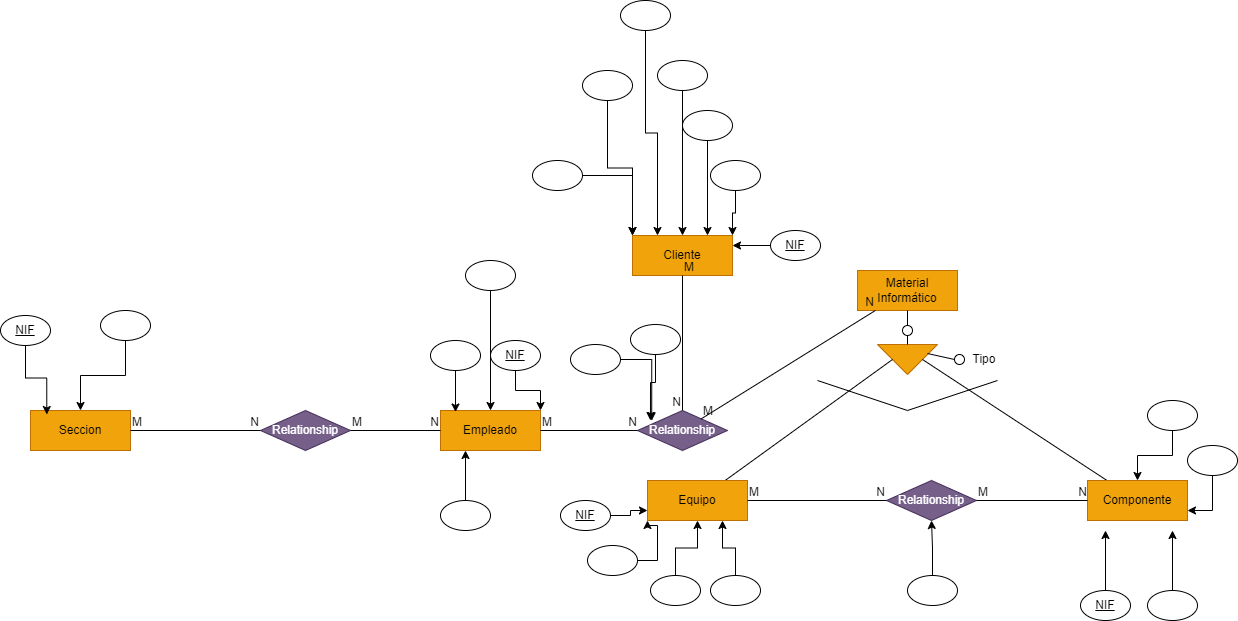
Before: Ejercicios ER/Diagrama sin título.drawio.png, a diagram exported from draw.io (dghugo05/Base-de-datos). Source tidied: cells renumbered, new cells last; positions are measured from the earlier drawing's top-left corner, leaving out a move shared by most shapes.
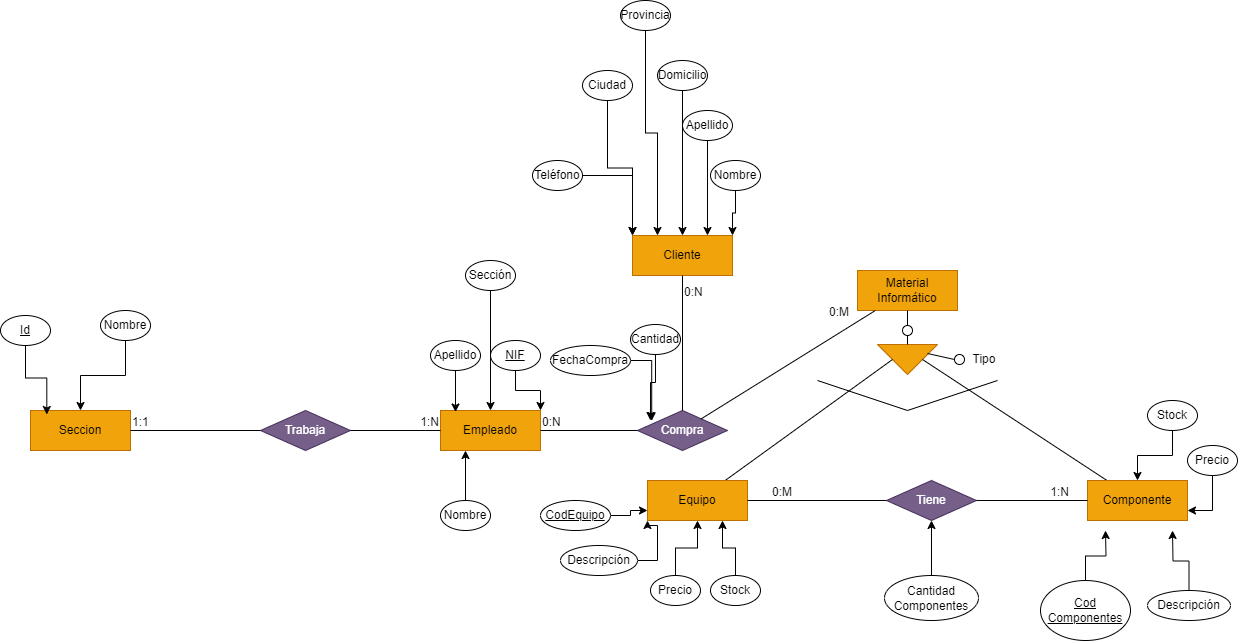
After the commit.

Change to the diagram source:
```diff
@@ -56,126 +56,121 @@
     <mxCell id="17" value="Equipo" style="whiteSpace=wrap;html=1;align=center;fillColor=#f0a30a;strokeColor=#BD7000;fontColor=#000000;" parent="1" vertex="1">
       <mxGeometry x="647" y="480" width="100" height="40" as="geometry" />
     </mxCell>
-    <mxCell id="18" value="Relationship" style="shape=rhombus;perimeter=rhombusPerimeter;whiteSpace=wrap;html=1;align=center;fillColor=#76608a;fontColor=#ffffff;strokeColor=#432D57;" parent="1" vertex="1">
+    <mxCell id="18" value="Tiene" style="shape=rhombus;perimeter=rhombusPerimeter;whiteSpace=wrap;html=1;align=center;fillColor=#76608a;fontColor=#ffffff;strokeColor=#432D57;" parent="1" vertex="1">
       <mxGeometry x="886" y="480" width="90" height="40" as="geometry" />
     </mxCell>
     <mxCell id="19" style="endArrow=none;html=1;rounded=0;" parent="1" edge="1" source="17" target="18">
       <mxGeometry relative="1" as="geometry" />
     </mxCell>
-    <mxCell id="20" value="M" style="html=1;whiteSpace=wrap;align=left;verticalAlign=bottom;" parent="19" vertex="1">
-      <mxGeometry x="-1" relative="1" as="geometry" />
+    <mxCell id="20" value="0:M" style="html=1;whiteSpace=wrap;align=left;verticalAlign=bottom;" parent="19" vertex="1">
+      <mxGeometry x="-1" relative="1" as="geometry">
+        <mxPoint x="23" as="offset" />
+      </mxGeometry>
     </mxCell>
-    <mxCell id="21" value="N" style="html=1;whiteSpace=wrap;align=right;verticalAlign=bottom;" parent="19" vertex="1">
+    <mxCell id="21" style="html=1;whiteSpace=wrap;align=right;verticalAlign=bottom;" parent="19" vertex="1">
       <mxGeometry x="1" relative="1" as="geometry" />
     </mxCell>
     <mxCell id="22" style="endArrow=none;html=1;rounded=0;" parent="1" edge="1" source="18" target="14">
       <mxGeometry relative="1" as="geometry" />
     </mxCell>
-    <mxCell id="23" value="M" style="html=1;whiteSpace=wrap;align=left;verticalAlign=bottom;" parent="22" vertex="1">
-      <mxGeometry x="-1" relative="1" as="geometry" />
-    </mxCell>
-    <mxCell id="24" value="N" style="html=1;whiteSpace=wrap;align=right;verticalAlign=bottom;" parent="22" vertex="1">
-      <mxGeometry x="1" relative="1" as="geometry" />
+    <mxCell id="24" value="1:N" style="html=1;whiteSpace=wrap;align=right;verticalAlign=bottom;" parent="22" vertex="1">
+      <mxGeometry x="1" relative="1" as="geometry">
+        <mxPoint x="-17" as="offset" />
+      </mxGeometry>
     </mxCell>
-    <mxCell id="25" value="Relationship" style="shape=rhombus;perimeter=rhombusPerimeter;whiteSpace=wrap;html=1;align=center;fillColor=#76608a;fontColor=#ffffff;strokeColor=#432D57;" parent="1" vertex="1">
+    <mxCell id="25" value="Compra" style="shape=rhombus;perimeter=rhombusPerimeter;whiteSpace=wrap;html=1;align=center;fillColor=#76608a;fontColor=#ffffff;strokeColor=#432D57;" parent="1" vertex="1">
       <mxGeometry x="637" y="410" width="90" height="40" as="geometry" />
     </mxCell>
     <mxCell id="26" style="endArrow=none;html=1;rounded=0;" parent="1" edge="1" source="25" target="3">
       <mxGeometry relative="1" as="geometry" />
     </mxCell>
-    <mxCell id="27" value="M" style="html=1;whiteSpace=wrap;align=left;verticalAlign=bottom;" parent="26" vertex="1">
-      <mxGeometry x="-1" relative="1" as="geometry" />
+    <mxCell id="27" style="html=1;whiteSpace=wrap;align=left;verticalAlign=bottom;" parent="26" vertex="1">
+      <mxGeometry x="-1" relative="1" as="geometry">
+        <mxPoint x="19" y="2" as="offset" />
+      </mxGeometry>
     </mxCell>
-    <mxCell id="28" value="N" style="html=1;whiteSpace=wrap;align=right;verticalAlign=bottom;" parent="26" vertex="1">
-      <mxGeometry x="1" relative="1" as="geometry" />
+    <mxCell id="28" value="0:M" style="html=1;whiteSpace=wrap;align=right;verticalAlign=bottom;" parent="26" vertex="1">
+      <mxGeometry x="1" relative="1" as="geometry">
+        <mxPoint x="-25" y="10" as="offset" />
+      </mxGeometry>
     </mxCell>
     <mxCell id="29" style="endArrow=none;html=1;rounded=0;" parent="1" edge="1" source="15" target="25">
       <mxGeometry relative="1" as="geometry" />
     </mxCell>
-    <mxCell id="30" value="M" style="html=1;whiteSpace=wrap;align=left;verticalAlign=bottom;" parent="29" vertex="1">
-      <mxGeometry x="-1" relative="1" as="geometry" />
+    <mxCell id="30" value="0:N" style="html=1;whiteSpace=wrap;align=left;verticalAlign=bottom;" parent="29" vertex="1">
+      <mxGeometry x="-1" relative="1" as="geometry">
+        <mxPoint y="25" as="offset" />
+      </mxGeometry>
     </mxCell>
-    <mxCell id="31" value="N" style="html=1;whiteSpace=wrap;align=right;verticalAlign=bottom;" parent="29" vertex="1">
-      <mxGeometry x="1" relative="1" as="geometry" />
-    </mxCell>
     <mxCell id="32" style="endArrow=none;html=1;rounded=0;" parent="1" edge="1" source="2" target="25">
       <mxGeometry relative="1" as="geometry" />
     </mxCell>
-    <mxCell id="33" value="M" style="html=1;whiteSpace=wrap;align=left;verticalAlign=bottom;" parent="32" vertex="1">
+    <mxCell id="33" value="0:N" style="html=1;whiteSpace=wrap;align=left;verticalAlign=bottom;" parent="32" vertex="1">
       <mxGeometry x="-1" relative="1" as="geometry" />
     </mxCell>
-    <mxCell id="34" value="N" style="html=1;whiteSpace=wrap;align=right;verticalAlign=bottom;" parent="32" vertex="1">
-      <mxGeometry x="1" relative="1" as="geometry" />
-    </mxCell>
-    <mxCell id="35" value="Relationship" style="shape=rhombus;perimeter=rhombusPerimeter;whiteSpace=wrap;html=1;align=center;fillColor=#76608a;fontColor=#ffffff;strokeColor=#432D57;" parent="1" vertex="1">
+    <mxCell id="35" value="Trabaja" style="shape=rhombus;perimeter=rhombusPerimeter;whiteSpace=wrap;html=1;align=center;fillColor=#76608a;fontColor=#ffffff;strokeColor=#432D57;" parent="1" vertex="1">
       <mxGeometry x="260" y="410" width="90" height="40" as="geometry" />
     </mxCell>
     <mxCell id="36" style="endArrow=none;html=1;rounded=0;" parent="1" edge="1" source="16" target="35">
       <mxGeometry relative="1" as="geometry" />
     </mxCell>
-    <mxCell id="37" value="M" style="html=1;whiteSpace=wrap;align=left;verticalAlign=bottom;" parent="36" vertex="1">
+    <mxCell id="37" value="1:1" style="html=1;whiteSpace=wrap;align=left;verticalAlign=bottom;" parent="36" vertex="1">
       <mxGeometry x="-1" relative="1" as="geometry" />
     </mxCell>
-    <mxCell id="38" value="N" style="html=1;whiteSpace=wrap;align=right;verticalAlign=bottom;" parent="36" vertex="1">
-      <mxGeometry x="1" relative="1" as="geometry" />
-    </mxCell>
     <mxCell id="39" style="endArrow=none;html=1;rounded=0;" parent="1" edge="1" source="35" target="2">
       <mxGeometry relative="1" as="geometry" />
     </mxCell>
-    <mxCell id="40" value="M" style="html=1;whiteSpace=wrap;align=left;verticalAlign=bottom;" parent="39" vertex="1">
-      <mxGeometry x="-1" relative="1" as="geometry" />
-    </mxCell>
-    <mxCell id="41" value="N" style="html=1;whiteSpace=wrap;align=right;verticalAlign=bottom;" parent="39" vertex="1">
+    <mxCell id="41" value="1:N" style="html=1;whiteSpace=wrap;align=right;verticalAlign=bottom;" parent="39" vertex="1">
       <mxGeometry x="1" relative="1" as="geometry" />
     </mxCell>
     <mxCell id="42" style="edgeStyle=orthogonalEdgeStyle;rounded=0;jettySize=auto;html=1;entryX=0.5;entryY=1;entryDx=0;entryDy=0;" parent="1" edge="1" source="43" target="18">
       <mxGeometry relative="1" as="geometry" />
     </mxCell>
-    <mxCell id="43" style="ellipse;whiteSpace=wrap;html=1;align=center;" parent="1" vertex="1">
-      <mxGeometry x="907" y="575" width="50" height="30" as="geometry" />
+    <mxCell id="43" value="Cantidad Componentes" style="ellipse;whiteSpace=wrap;html=1;align=center;" parent="1" vertex="1">
+      <mxGeometry x="884" y="575" width="94" height="45" as="geometry" />
     </mxCell>
     <mxCell id="44" style="edgeStyle=orthogonalEdgeStyle;rounded=0;jettySize=auto;html=1;entryX=0;entryY=0.75;entryDx=0;entryDy=0;" parent="1" edge="1" source="45" target="17">
       <mxGeometry relative="1" as="geometry" />
     </mxCell>
-    <mxCell id="45" value="&lt;u&gt;NIF&lt;/u&gt;" style="ellipse;whiteSpace=wrap;html=1;align=center;" parent="1" vertex="1">
-      <mxGeometry x="560" y="500" width="50" height="30" as="geometry" />
+    <mxCell id="45" value="&lt;u&gt;CodEquipo&lt;/u&gt;" style="ellipse;whiteSpace=wrap;html=1;align=center;" parent="1" vertex="1">
+      <mxGeometry x="540" y="500" width="70" height="30" as="geometry" />
     </mxCell>
     <mxCell id="46" style="edgeStyle=orthogonalEdgeStyle;rounded=0;jettySize=auto;html=1;entryX=0.75;entryY=1;entryDx=0;entryDy=0;" parent="1" edge="1" source="47" target="17">
       <mxGeometry relative="1" as="geometry" />
     </mxCell>
-    <mxCell id="47" style="ellipse;whiteSpace=wrap;html=1;align=center;" parent="1" vertex="1">
+    <mxCell id="47" value="Stock" style="ellipse;whiteSpace=wrap;html=1;align=center;" parent="1" vertex="1">
       <mxGeometry x="710" y="575" width="50" height="30" as="geometry" />
     </mxCell>
     <mxCell id="48" style="edgeStyle=orthogonalEdgeStyle;rounded=0;jettySize=auto;html=1;" parent="1" edge="1" source="49" target="17">
       <mxGeometry relative="1" as="geometry" />
     </mxCell>
-    <mxCell id="49" style="ellipse;whiteSpace=wrap;html=1;align=center;" parent="1" vertex="1">
+    <mxCell id="49" value="Precio" style="ellipse;whiteSpace=wrap;html=1;align=center;" parent="1" vertex="1">
       <mxGeometry x="650" y="575" width="50" height="30" as="geometry" />
     </mxCell>
     <mxCell id="50" style="edgeStyle=orthogonalEdgeStyle;rounded=0;jettySize=auto;html=1;entryX=0;entryY=1;entryDx=0;entryDy=0;" parent="1" edge="1" source="51" target="17">
       <mxGeometry relative="1" as="geometry" />
     </mxCell>
-    <mxCell id="51" style="ellipse;whiteSpace=wrap;html=1;align=center;" parent="1" vertex="1">
-      <mxGeometry x="587" y="545" width="50" height="30" as="geometry" />
+    <mxCell id="51" value="Descripción" style="ellipse;whiteSpace=wrap;html=1;align=center;" parent="1" vertex="1">
+      <mxGeometry x="560" y="545" width="77" height="30" as="geometry" />
     </mxCell>
-    <mxCell id="52" style="ellipse;whiteSpace=wrap;html=1;align=center;" parent="1" vertex="1">
+    <mxCell id="52" value="Cantidad" style="ellipse;whiteSpace=wrap;html=1;align=center;" parent="1" vertex="1">
       <mxGeometry x="630" y="324" width="50" height="30" as="geometry" />
     </mxCell>
-    <mxCell id="53" style="ellipse;whiteSpace=wrap;html=1;align=center;" parent="1" vertex="1">
-      <mxGeometry x="570" y="344" width="50" height="30" as="geometry" />
+    <mxCell id="53" value="FechaCompra" style="ellipse;whiteSpace=wrap;html=1;align=center;" parent="1" vertex="1">
+      <mxGeometry x="550" y="345" width="80" height="30" as="geometry" />
     </mxCell>
     <mxCell id="54" style="edgeStyle=orthogonalEdgeStyle;rounded=0;jettySize=auto;html=1;" parent="1" edge="1" source="55">
       <mxGeometry relative="1" as="geometry">
         <mxPoint x="1105" y="530" as="targetPoint" />
       </mxGeometry>
     </mxCell>
-    <mxCell id="55" value="&lt;u&gt;NIF&lt;/u&gt;" style="ellipse;whiteSpace=wrap;html=1;align=center;" parent="1" vertex="1">
-      <mxGeometry x="1080" y="590" width="50" height="30" as="geometry" />
+    <mxCell id="55" value="&lt;u&gt;Cod Componentes&lt;/u&gt;" style="ellipse;whiteSpace=wrap;html=1;align=center;" parent="1" vertex="1">
+      <mxGeometry x="1040" y="580" width="90" height="60" as="geometry" />
     </mxCell>
     <mxCell id="56" style="edgeStyle=orthogonalEdgeStyle;rounded=0;jettySize=auto;html=1;entryX=1;entryY=0.75;entryDx=0;entryDy=0;" parent="1" edge="1" source="57" target="14">
       <mxGeometry relative="1" as="geometry" />
     </mxCell>
-    <mxCell id="57" style="ellipse;whiteSpace=wrap;html=1;align=center;" parent="1" vertex="1">
+    <mxCell id="57" value="Precio" style="ellipse;whiteSpace=wrap;html=1;align=center;" parent="1" vertex="1">
       <mxGeometry x="1187" y="445" width="50" height="30" as="geometry" />
     </mxCell>
     <mxCell id="58" style="edgeStyle=orthogonalEdgeStyle;rounded=0;jettySize=auto;html=1;" parent="1" edge="1" source="59">
@@ -183,55 +178,49 @@
         <mxPoint x="1172" y="530" as="targetPoint" />
       </mxGeometry>
     </mxCell>
-    <mxCell id="59" style="ellipse;whiteSpace=wrap;html=1;align=center;" parent="1" vertex="1">
-      <mxGeometry x="1147" y="590" width="50" height="30" as="geometry" />
+    <mxCell id="59" value="Descripción" style="ellipse;whiteSpace=wrap;html=1;align=center;" parent="1" vertex="1">
+      <mxGeometry x="1147" y="590" width="83" height="30" as="geometry" />
     </mxCell>
     <mxCell id="60" style="edgeStyle=orthogonalEdgeStyle;rounded=0;jettySize=auto;html=1;entryX=0.5;entryY=0;entryDx=0;entryDy=0;" parent="1" edge="1" source="61" target="14">
       <mxGeometry relative="1" as="geometry" />
     </mxCell>
-    <mxCell id="61" style="ellipse;whiteSpace=wrap;html=1;align=center;" parent="1" vertex="1">
+    <mxCell id="61" value="Stock" style="ellipse;whiteSpace=wrap;html=1;align=center;" parent="1" vertex="1">
       <mxGeometry x="1147" y="400" width="50" height="30" as="geometry" />
     </mxCell>
-    <mxCell id="62" style="edgeStyle=orthogonalEdgeStyle;rounded=0;jettySize=auto;html=1;entryX=1;entryY=0.25;entryDx=0;entryDy=0;" parent="1" edge="1" source="63" target="15">
-      <mxGeometry relative="1" as="geometry" />
-    </mxCell>
-    <mxCell id="63" value="&lt;u&gt;NIF&lt;/u&gt;" style="ellipse;whiteSpace=wrap;html=1;align=center;" parent="1" vertex="1">
-      <mxGeometry x="770" y="230" width="50" height="30" as="geometry" />
-    </mxCell>
     <mxCell id="64" style="edgeStyle=orthogonalEdgeStyle;rounded=0;jettySize=auto;html=1;entryX=0.75;entryY=0;entryDx=0;entryDy=0;" parent="1" edge="1" source="65" target="15">
       <mxGeometry relative="1" as="geometry" />
     </mxCell>
-    <mxCell id="65" style="ellipse;whiteSpace=wrap;html=1;align=center;" parent="1" vertex="1">
+    <mxCell id="65" value="Apellido" style="ellipse;whiteSpace=wrap;html=1;align=center;" parent="1" vertex="1">
       <mxGeometry x="682" y="110" width="50" height="30" as="geometry" />
     </mxCell>
     <mxCell id="66" style="edgeStyle=orthogonalEdgeStyle;rounded=0;jettySize=auto;html=1;entryX=0.25;entryY=0;entryDx=0;entryDy=0;" parent="1" edge="1" source="67" target="15">
       <mxGeometry relative="1" as="geometry" />
     </mxCell>
-    <mxCell id="67" style="ellipse;whiteSpace=wrap;html=1;align=center;" parent="1" vertex="1">
+    <mxCell id="67" value="Provincia" style="ellipse;whiteSpace=wrap;html=1;align=center;" parent="1" vertex="1">
       <mxGeometry x="620" width="50" height="30" as="geometry" />
     </mxCell>
     <mxCell id="68" style="edgeStyle=orthogonalEdgeStyle;rounded=0;jettySize=auto;html=1;entryX=0;entryY=0;entryDx=0;entryDy=0;" parent="1" edge="1" source="69" target="15">
       <mxGeometry relative="1" as="geometry" />
     </mxCell>
-    <mxCell id="69" style="ellipse;whiteSpace=wrap;html=1;align=center;" parent="1" vertex="1">
+    <mxCell id="69" value="Ciudad" style="ellipse;whiteSpace=wrap;html=1;align=center;" parent="1" vertex="1">
       <mxGeometry x="582" y="70" width="50" height="30" as="geometry" />
     </mxCell>
     <mxCell id="70" style="edgeStyle=orthogonalEdgeStyle;rounded=0;jettySize=auto;html=1;entryX=0.5;entryY=0;entryDx=0;entryDy=0;" parent="1" edge="1" source="71" target="15">
       <mxGeometry relative="1" as="geometry" />
     </mxCell>
-    <mxCell id="71" style="ellipse;whiteSpace=wrap;html=1;align=center;" parent="1" vertex="1">
+    <mxCell id="71" value="Domicilio" style="ellipse;whiteSpace=wrap;html=1;align=center;" parent="1" vertex="1">
       <mxGeometry x="657" y="60" width="50" height="30" as="geometry" />
     </mxCell>
     <mxCell id="72" style="edgeStyle=orthogonalEdgeStyle;rounded=0;jettySize=auto;html=1;entryX=1;entryY=0;entryDx=0;entryDy=0;" parent="1" edge="1" source="73" target="15">
       <mxGeometry relative="1" as="geometry" />
     </mxCell>
-    <mxCell id="73" style="ellipse;whiteSpace=wrap;html=1;align=center;" parent="1" vertex="1">
+    <mxCell id="73" value="Nombre" style="ellipse;whiteSpace=wrap;html=1;align=center;" parent="1" vertex="1">
       <mxGeometry x="710" y="160" width="50" height="30" as="geometry" />
     </mxCell>
     <mxCell id="74" style="edgeStyle=orthogonalEdgeStyle;rounded=0;jettySize=auto;html=1;entryX=0;entryY=0;entryDx=0;entryDy=0;" parent="1" edge="1" source="75" target="15">
       <mxGeometry relative="1" as="geometry" />
     </mxCell>
-    <mxCell id="75" style="ellipse;whiteSpace=wrap;html=1;align=center;" parent="1" vertex="1">
+    <mxCell id="75" value="Teléfono" style="ellipse;whiteSpace=wrap;html=1;align=center;" parent="1" vertex="1">
       <mxGeometry x="532" y="160" width="50" height="30" as="geometry" />
     </mxCell>
     <mxCell id="76" style="edgeStyle=orthogonalEdgeStyle;rounded=0;jettySize=auto;html=1;entryX=1;entryY=0;entryDx=0;entryDy=0;" parent="1" edge="1" source="77" target="2">
@@ -243,28 +232,28 @@
     <mxCell id="78" style="edgeStyle=orthogonalEdgeStyle;rounded=0;jettySize=auto;html=1;" parent="1" edge="1" source="79" target="2">
       <mxGeometry relative="1" as="geometry" />
     </mxCell>
-    <mxCell id="79" style="ellipse;whiteSpace=wrap;html=1;align=center;" parent="1" vertex="1">
+    <mxCell id="79" value="Sección" style="ellipse;whiteSpace=wrap;html=1;align=center;" parent="1" vertex="1">
       <mxGeometry x="465" y="260" width="50" height="30" as="geometry" />
     </mxCell>
-    <mxCell id="80" style="ellipse;whiteSpace=wrap;html=1;align=center;" parent="1" vertex="1">
+    <mxCell id="80" value="Apellido" style="ellipse;whiteSpace=wrap;html=1;align=center;" parent="1" vertex="1">
       <mxGeometry x="430" y="340" width="50" height="30" as="geometry" />
     </mxCell>
     <mxCell id="81" style="edgeStyle=orthogonalEdgeStyle;rounded=0;jettySize=auto;html=1;entryX=0.25;entryY=1;entryDx=0;entryDy=0;" parent="1" edge="1" source="82" target="2">
       <mxGeometry relative="1" as="geometry" />
     </mxCell>
-    <mxCell id="82" style="ellipse;whiteSpace=wrap;html=1;align=center;" parent="1" vertex="1">
+    <mxCell id="82" value="Nombre" style="ellipse;whiteSpace=wrap;html=1;align=center;" parent="1" vertex="1">
       <mxGeometry x="440" y="500" width="50" height="30" as="geometry" />
     </mxCell>
     <mxCell id="83" style="edgeStyle=orthogonalEdgeStyle;rounded=0;jettySize=auto;html=1;entryX=0.163;entryY=0.1;entryDx=0;entryDy=0;entryPerimeter=0;" parent="1" edge="1" source="84" target="16">
       <mxGeometry relative="1" as="geometry" />
     </mxCell>
-    <mxCell id="84" value="&lt;u&gt;NIF&lt;/u&gt;" style="ellipse;whiteSpace=wrap;html=1;align=center;" parent="1" vertex="1">
+    <mxCell id="84" value="&lt;u&gt;Id&lt;/u&gt;" style="ellipse;whiteSpace=wrap;html=1;align=center;" parent="1" vertex="1">
       <mxGeometry y="315" width="50" height="30" as="geometry" />
     </mxCell>
     <mxCell id="85" style="edgeStyle=orthogonalEdgeStyle;rounded=0;jettySize=auto;html=1;" parent="1" edge="1" source="86" target="16">
       <mxGeometry relative="1" as="geometry" />
     </mxCell>
-    <mxCell id="86" style="ellipse;whiteSpace=wrap;html=1;align=center;" parent="1" vertex="1">
+    <mxCell id="86" value="Nombre" style="ellipse;whiteSpace=wrap;html=1;align=center;" parent="1" vertex="1">
       <mxGeometry x="100" y="310" width="50" height="30" as="geometry" />
     </mxCell>
     <mxCell id="87" style="edgeStyle=orthogonalEdgeStyle;rounded=0;jettySize=auto;html=1;entryX=0.144;entryY=0.25;entryDx=0;entryDy=0;entryPerimeter=0;" parent="1" edge="1" source="52" target="25">
```
